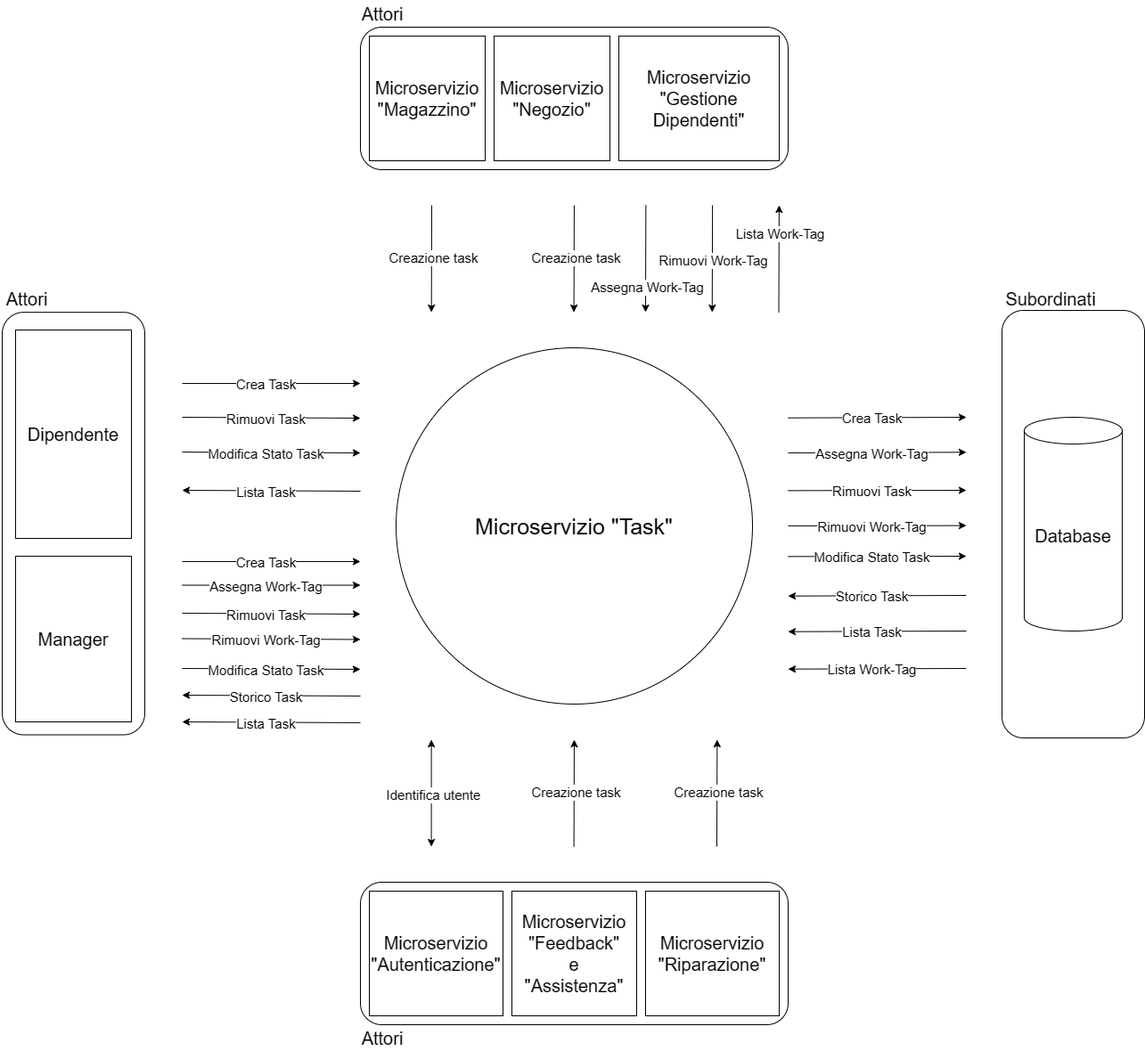
Earlier version of the draw.io export second-deliverable/images/Diagrammi_Contesto/Diagramma_Contesto_Task.png (IS-FixMi/Documentation-Source). Source tidied: cells renumbered, new cells last; positions are measured from the earlier drawing's top-left corner, leaving out a move shared by most shapes.
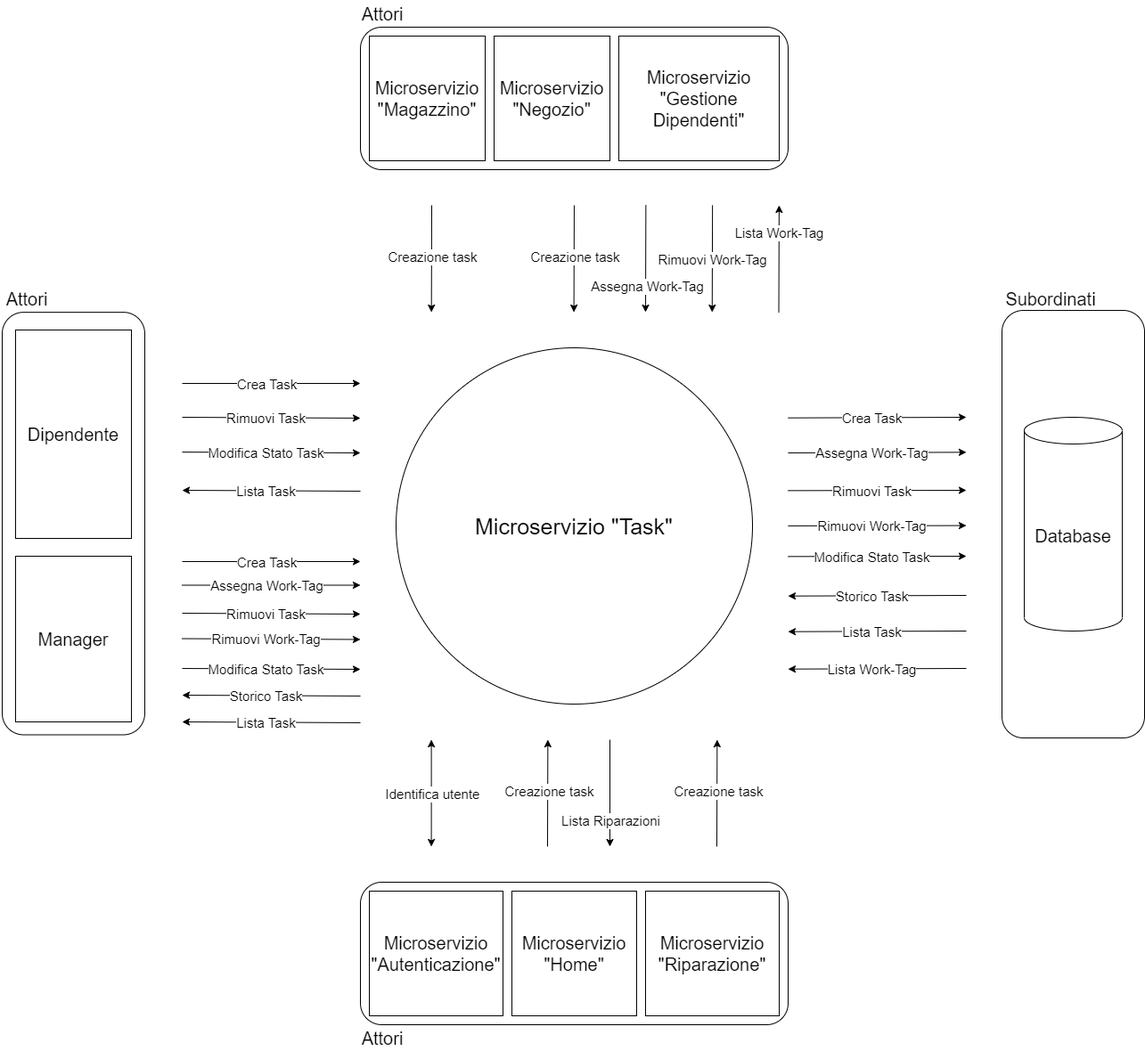
Later version of the same file.

Change to the diagram source:
```diff
@@ -107,7 +107,7 @@
     <mxCell id="29" style="rounded=1;whiteSpace=wrap;html=1;fillColor=none;" parent="1" vertex="1">
       <mxGeometry x="559" y="990" width="480" height="160" as="geometry" />
     </mxCell>
-    <mxCell id="30" value="&lt;font style=&quot;font-size: 20px;&quot;&gt;Microservizio &quot;Feedback&quot;&lt;br&gt;e&lt;br&gt;&quot;Assistenza&quot;&lt;br&gt;&lt;/font&gt;" style="rounded=0;whiteSpace=wrap;html=1;" parent="1" vertex="1">
+    <mxCell id="30" value="&lt;font style=&quot;font-size: 20px;&quot;&gt;Microservizio&lt;br&gt;&quot;Home&quot;&lt;br&gt;&lt;/font&gt;" style="rounded=0;whiteSpace=wrap;html=1;" parent="1" vertex="1">
       <mxGeometry x="729" y="1000" width="140" height="140" as="geometry" />
     </mxCell>
     <mxCell id="31" value="&lt;span style=&quot;font-size: 20px;&quot;&gt;Microservizio &quot;Riparazione&quot;&lt;/span&gt;" style="rounded=0;whiteSpace=wrap;html=1;" parent="1" vertex="1">
@@ -161,8 +161,8 @@
     </mxCell>
     <mxCell id="42" style="endArrow=none;html=1;rounded=0;startArrow=classic;startFill=1;endFill=0;" parent="1" edge="1">
       <mxGeometry relative="1" as="geometry">
-        <mxPoint x="799" y="830" as="sourcePoint" />
-        <mxPoint x="798.6" y="950" as="targetPoint" />
+        <mxPoint x="769.4" y="830" as="sourcePoint" />
+        <mxPoint x="769" y="950" as="targetPoint" />
       </mxGeometry>
     </mxCell>
     <mxCell id="43" value="&lt;font style=&quot;font-size: 15px;&quot;&gt;Creazione task&lt;/font&gt;" style="edgeLabel;html=1;align=center;verticalAlign=middle;" parent="42" vertex="1">
@@ -307,5 +307,16 @@
     <mxCell id="73" value="&lt;font style=&quot;font-size: 15px;&quot;&gt;Storico Task&lt;br&gt;&lt;/font&gt;" style="edgeLabel;html=1;align=center;verticalAlign=middle;" parent="72" vertex="1">
       <mxGeometry x="-0.06" relative="1" as="geometry" />
     </mxCell>
+    <mxCell id="74" style="endArrow=none;html=1;rounded=0;startArrow=classic;startFill=1;endFill=0;" parent="1" edge="1">
+      <mxGeometry relative="1" as="geometry">
+        <mxPoint x="839" y="950" as="sourcePoint" />
+        <mxPoint x="839" y="830" as="targetPoint" />
+      </mxGeometry>
+    </mxCell>
+    <mxCell id="75" value="&lt;font style=&quot;font-size: 15px;&quot;&gt;Lista Riparazioni&lt;/font&gt;" style="edgeLabel;html=1;align=center;verticalAlign=middle;" parent="74" vertex="1">
+      <mxGeometry x="-0.04" y="1" relative="1" as="geometry">
+        <mxPoint x="1" y="27" as="offset" />
+      </mxGeometry>
+    </mxCell>
   </root>
 </mxGraphModel>
```
